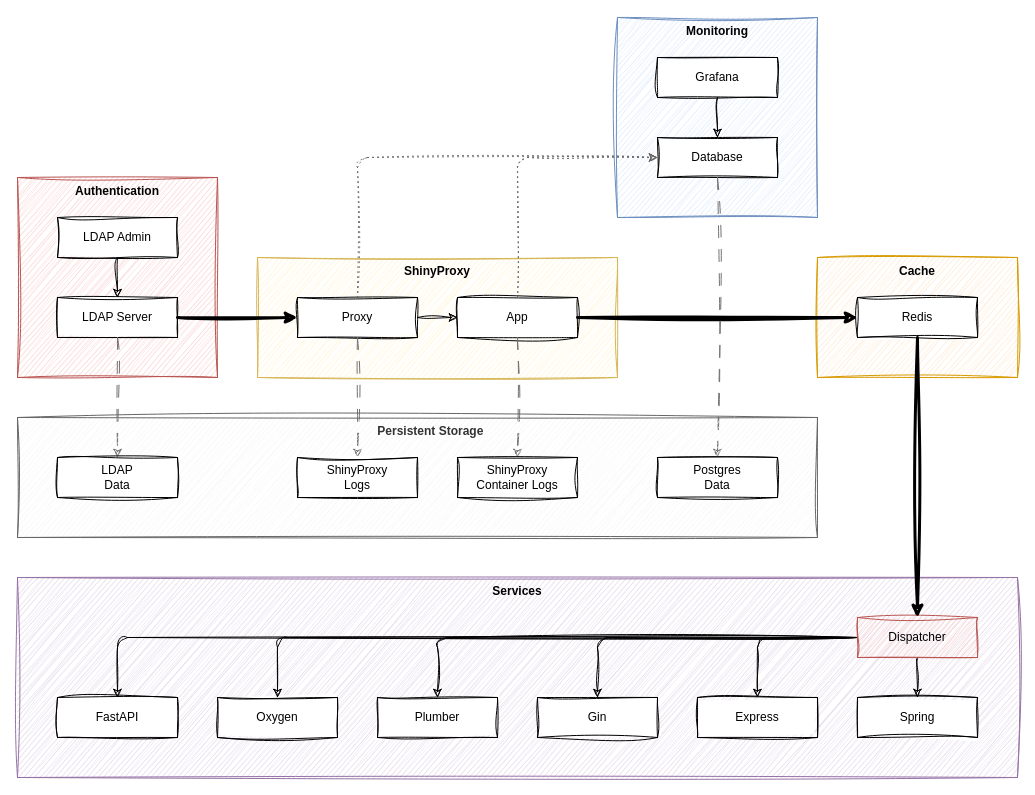
The draw.io diagram architecture.drawio in Gotfrid/shiny-system-design, before the edit. Source tidied: cells renumbered, new cells numbered last; positions are measured from the earlier drawing's top-left corner, leaving out a move shared by most shapes. Both pictures are drawn from the tidied source at 100%, with x=0, y=0 at pixel (17, 17).
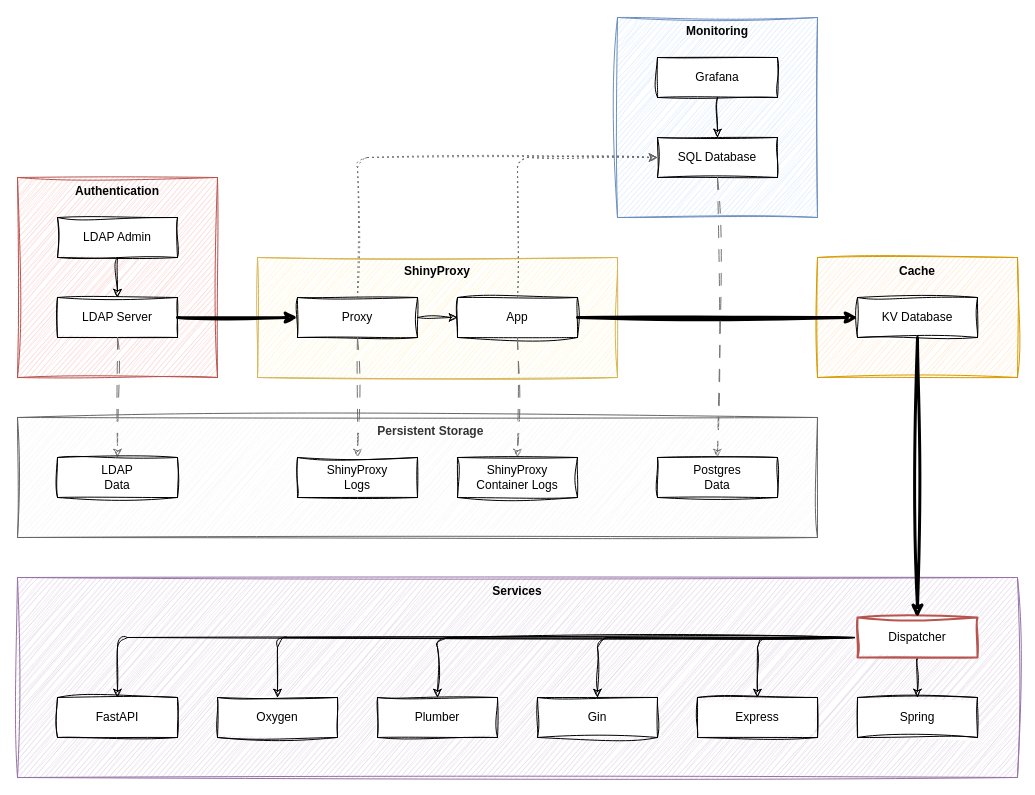
After the change.

Unchanged cells that the change refers to:
```xml
<mxCell id="13" style="group;sketch=1;curveFitting=1;jiggle=2;" parent="1" vertex="1">
  <mxGeometry x="800" y="240" width="200" height="120" as="geometry" />
</mxCell>
```

The edit, as a diff of the source:
```diff
@@
-    <mxCell id="15" value="Redis" style="whiteSpace=wrap;html=1;sketch=1;curveFitting=1;jiggle=2;" parent="13" vertex="1">
+    <mxCell id="15" value="KV Database" style="whiteSpace=wrap;html=1;sketch=1;curveFitting=1;jiggle=2;" parent="13" vertex="1">
       <mxGeometry x="40" y="40" width="120" height="40" as="geometry" />
     </mxCell>
@@
-    <mxCell id="25" value="Database" style="whiteSpace=wrap;html=1;sketch=1;curveFitting=1;jiggle=2;" parent="1" vertex="1">
+    <mxCell id="25" value="SQL Database" style="whiteSpace=wrap;html=1;sketch=1;curveFitting=1;jiggle=2;" parent="1" vertex="1">
       <mxGeometry x="640" y="120" width="120" height="40" as="geometry" />
     </mxCell>
@@
-    <mxCell id="36" value="Dispatcher" style="whiteSpace=wrap;html=1;fontStyle=0;sketch=1;curveFitting=1;jiggle=2;fillColor=#f8cecc;strokeColor=#b85450;" parent="1" vertex="1">
+    <mxCell id="36" value="Dispatcher" style="whiteSpace=wrap;html=1;fontStyle=0;sketch=1;curveFitting=1;jiggle=2;fillColor=default;strokeColor=#b85450;gradientColor=none;strokeWidth=2;" parent="1" vertex="1">
       <mxGeometry x="840" y="600" width="120" height="40" as="geometry" />
     </mxCell>
```
